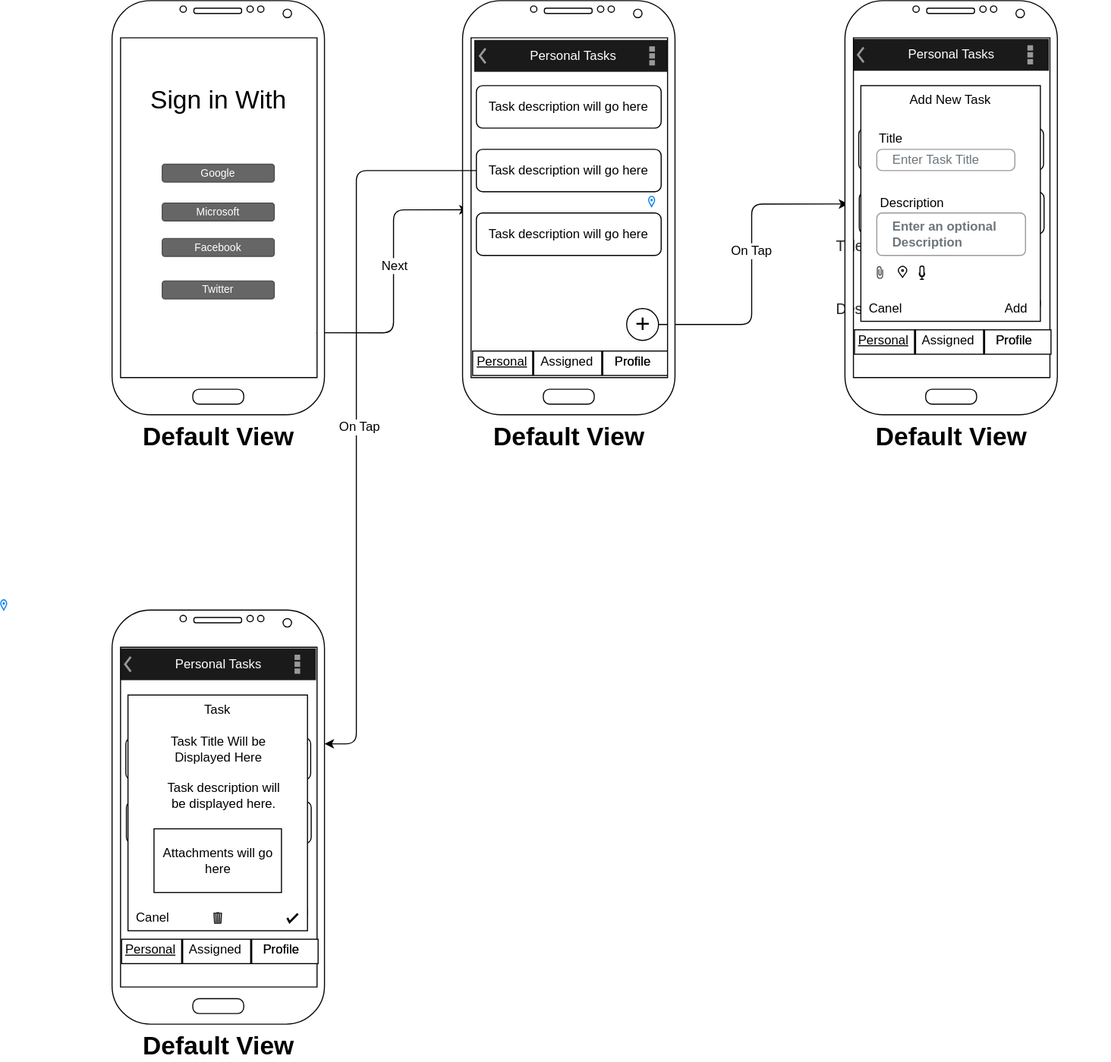
Earlier version of the draw.io export Docs/UI Design.drawio.svg (jquesada2016/COP4655-Final-Project). Source tidied: cells renumbered, new cells last; positions are measured from the earlier drawing's top-left corner, leaving out a move shared by most shapes.
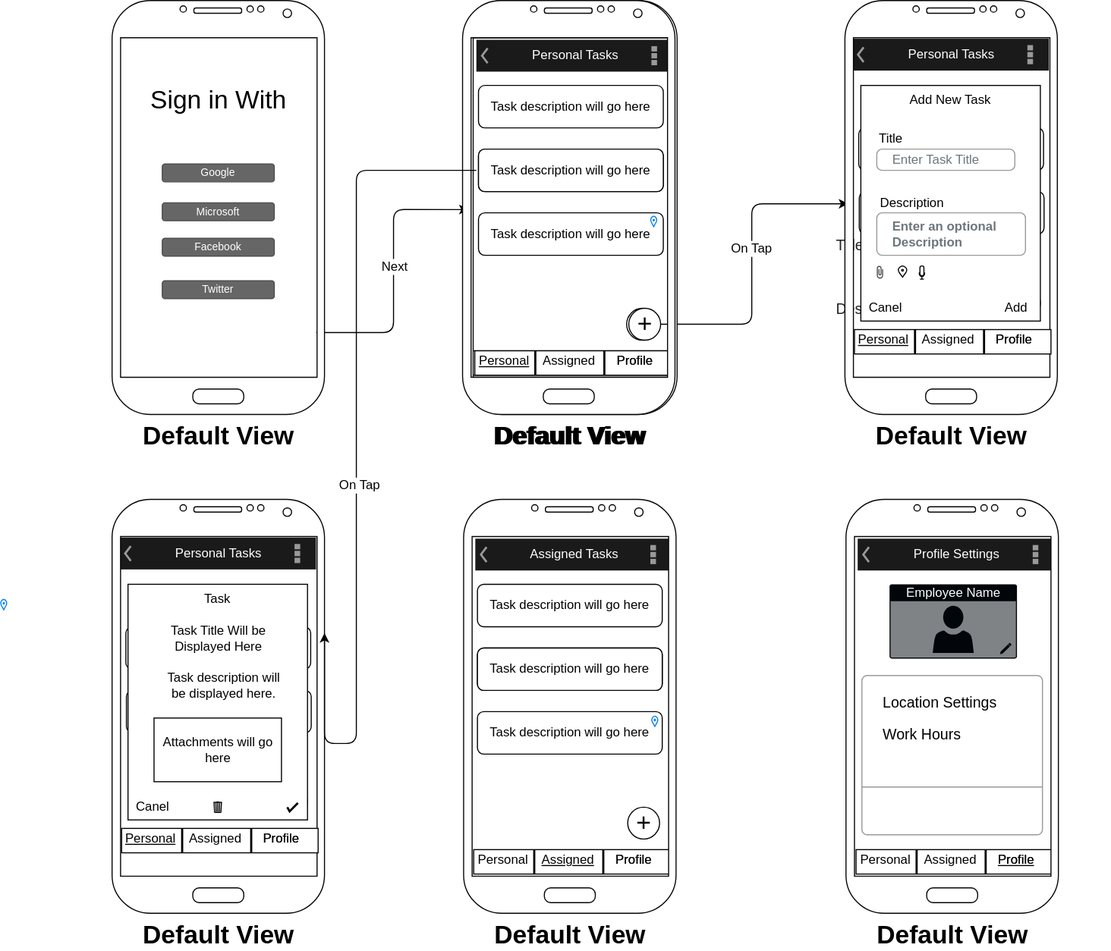
Above is the later version.

Commit message:
completed initial UI design of the app

Change to the diagram source:
```diff
@@ -17,10 +17,10 @@
       <mxGeometry x="0.09" y="1" relative="1" as="geometry" />
     </mxCell>
     <mxCell id="6" style="group;" parent="1" vertex="1">
-      <mxGeometry x="435" width="200" height="390" as="geometry" />
+      <mxGeometry x="435" width="202" height="390" as="geometry" />
     </mxCell>
     <mxCell id="7" style="group;" parent="6" vertex="1">
-      <mxGeometry x="6.5" y="330" width="188" height="23" as="geometry" />
+      <mxGeometry x="6.5" y="330" width="195.5" height="60" as="geometry" />
     </mxCell>
     <mxCell id="8" style="rounded=0;whiteSpace=wrap;html=1;fontSize=24;" parent="7" vertex="1">
       <mxGeometry x="3" width="185" height="23" as="geometry" />
@@ -46,24 +46,60 @@
     <mxCell id="15" value="+" style="ellipse;whiteSpace=wrap;html=1;fontSize=24;align=center;" parent="7" vertex="1">
       <mxGeometry x="148" y="-40" width="30" height="30" as="geometry" />
     </mxCell>
+    <mxCell id="83" style="group;" parent="7" vertex="1">
+      <mxGeometry x="-4.5" y="-330" width="200" height="390" as="geometry" />
+    </mxCell>
+    <mxCell id="84" value="Task description will go here" style="rounded=1;whiteSpace=wrap;html=1;fontSize=12;align=center;" parent="83" vertex="1">
+      <mxGeometry x="13" y="200" width="174" height="40" as="geometry" />
+    </mxCell>
+    <mxCell id="85" style="group;" parent="83" vertex="1">
+      <mxGeometry x="6.5" y="330" width="188" height="23" as="geometry" />
+    </mxCell>
+    <mxCell id="86" style="rounded=0;whiteSpace=wrap;html=1;fontSize=24;" parent="85" vertex="1">
+      <mxGeometry x="3" width="185" height="23" as="geometry" />
+    </mxCell>
+    <mxCell id="87" style="line;strokeWidth=2;direction=south;html=1;fontSize=24;" parent="85" vertex="1">
+      <mxGeometry x="55" width="10" height="23" as="geometry" />
+    </mxCell>
+    <mxCell id="88" style="line;strokeWidth=2;direction=south;html=1;fontSize=24;" parent="85" vertex="1">
+      <mxGeometry x="120" width="10" height="23" as="geometry" />
+    </mxCell>
+    <mxCell id="89" value="&lt;font style=&quot;font-size: 12px&quot;&gt;Personal&lt;/font&gt;" style="text;html=1;align=center;verticalAlign=middle;fontSize=12;fontStyle=4;" parent="85" vertex="1">
+      <mxGeometry width="60" height="20" as="geometry" />
+    </mxCell>
+    <mxCell id="90" value="&lt;font style=&quot;font-size: 12px&quot;&gt;Assigned&lt;/font&gt;" style="text;html=1;align=center;verticalAlign=middle;fontSize=12;" parent="85" vertex="1">
+      <mxGeometry x="61" width="60" height="20" as="geometry" />
+    </mxCell>
+    <mxCell id="91" value="&lt;font style=&quot;font-size: 12px&quot;&gt;Profile&lt;/font&gt;" style="text;html=1;align=center;verticalAlign=middle;fontSize=12;" parent="85" vertex="1">
+      <mxGeometry x="128" width="50" height="20" as="geometry" />
+    </mxCell>
+    <mxCell id="92" value="&lt;font style=&quot;font-size: 12px&quot;&gt;Profile&lt;/font&gt;" style="text;html=1;align=center;verticalAlign=middle;fontSize=12;" parent="85" vertex="1">
+      <mxGeometry x="128" width="50" height="20" as="geometry" />
+    </mxCell>
+    <mxCell id="93" value="+" style="ellipse;whiteSpace=wrap;html=1;fontSize=24;align=center;" parent="85" vertex="1">
+      <mxGeometry x="148" y="-40" width="30" height="30" as="geometry" />
+    </mxCell>
-    <mxCell id="16" value="Personal Tasks" style="strokeWidth=1;html=1;shadow=0;dashed=0;shape=mxgraph.android.action_bar;fillColor=#1A1A1A;strokeColor=#c0c0c0;strokeWidth=2;fontColor=#FFFFFF;" parent="6" vertex="1">
+    <mxCell id="16" value="Personal Tasks" style="strokeWidth=1;html=1;shadow=0;dashed=0;shape=mxgraph.android.action_bar;fillColor=#1A1A1A;strokeColor=#c0c0c0;strokeWidth=2;fontColor=#FFFFFF;" parent="83" vertex="1">
       <mxGeometry x="11" y="37" width="185" height="30" as="geometry" />
     </mxCell>
+    <mxCell id="94" value="Default View" style="verticalLabelPosition=bottom;verticalAlign=top;html=1;shadow=0;dashed=0;strokeWidth=1;shape=mxgraph.android.phone2;fontSize=24;fontStyle=1;labelPosition=center;align=center;gradientColor=#ffffff;strokeColor=#050505;" parent="83" vertex="1">
+      <mxGeometry width="200" height="390" as="geometry" />
+    </mxCell>
+    <mxCell id="95" value="Task description will go here" style="rounded=1;whiteSpace=wrap;html=1;fontSize=12;align=center;" parent="83" vertex="1">
+      <mxGeometry x="13" y="80" width="174" height="40" as="geometry" />
+    </mxCell>
+    <mxCell id="96" value="Task description will go here" style="rounded=1;whiteSpace=wrap;html=1;fontSize=12;align=center;" parent="83" vertex="1">
+      <mxGeometry x="13" y="140" width="174" height="40" as="geometry" />
+    </mxCell>
+    <mxCell id="97" style="html=1;verticalLabelPosition=bottom;align=center;labelBackgroundColor=#ffffff;verticalAlign=top;strokeWidth=1;strokeColor=#0080F0;shadow=0;dashed=0;shape=mxgraph.ios7.icons.location;" parent="83" vertex="1">
+      <mxGeometry x="175" y="203" width="6" height="10" as="geometry" />
+    </mxCell>
+    <mxCell id="98" value="Task description will go here" style="rounded=1;whiteSpace=wrap;html=1;fontSize=12;align=center;" parent="83" vertex="1">
+      <mxGeometry x="13" y="140" width="174" height="40" as="geometry" />
+    </mxCell>
     <mxCell id="17" value="Default View" style="verticalLabelPosition=bottom;verticalAlign=top;html=1;shadow=0;dashed=0;strokeWidth=1;shape=mxgraph.android.phone2;fontSize=24;fontStyle=1;labelPosition=center;align=center;gradientColor=#ffffff;strokeColor=#050505;" parent="6" vertex="1">
       <mxGeometry width="200" height="390" as="geometry" />
     </mxCell>
-    <mxCell id="18" value="Task description will go here" style="rounded=1;whiteSpace=wrap;html=1;fontSize=12;align=center;" parent="6" vertex="1">
-      <mxGeometry x="13" y="80" width="174" height="40" as="geometry" />
-    </mxCell>
-    <mxCell id="19" value="Task description will go here" style="rounded=1;whiteSpace=wrap;html=1;fontSize=12;align=center;" parent="6" vertex="1">
-      <mxGeometry x="13" y="140" width="174" height="40" as="geometry" />
-    </mxCell>
-    <mxCell id="20" style="html=1;verticalLabelPosition=bottom;align=center;labelBackgroundColor=#ffffff;verticalAlign=top;strokeWidth=1;strokeColor=#0080F0;shadow=0;dashed=0;shape=mxgraph.ios7.icons.location;" parent="6" vertex="1">
-      <mxGeometry x="175" y="184" width="6" height="10" as="geometry" />
-    </mxCell>
-    <mxCell id="21" value="Task description will go here" style="rounded=1;whiteSpace=wrap;html=1;fontSize=12;align=center;" parent="6" vertex="1">
-      <mxGeometry x="13" y="200" width="174" height="40" as="geometry" />
-    </mxCell>
     <mxCell id="22" style="html=1;verticalLabelPosition=bottom;align=center;labelBackgroundColor=#ffffff;verticalAlign=top;strokeWidth=1;strokeColor=#0080F0;shadow=0;dashed=0;shape=mxgraph.ios7.icons.location;" parent="1" vertex="1">
       <mxGeometry y="564" width="6" height="10" as="geometry" />
     </mxCell>
@@ -179,7 +215,7 @@
       <mxGeometry x="23" y="181" width="80" height="20" as="geometry" />
     </mxCell>
     <mxCell id="58" style="group;" parent="1" vertex="1">
-      <mxGeometry x="105" y="574" width="250" height="390" as="geometry" />
+      <mxGeometry x="105" y="470" width="250" height="390" as="geometry" />
     </mxCell>
     <mxCell id="59" value="Personal Tasks" style="strokeWidth=1;html=1;shadow=0;dashed=0;shape=mxgraph.android.action_bar;fillColor=#1A1A1A;strokeColor=#c0c0c0;strokeWidth=2;fontColor=#FFFFFF;" parent="58" vertex="1">
       <mxGeometry x="7" y="36" width="185" height="30" as="geometry" />
@@ -247,8 +283,9 @@
     <mxCell id="80" value="Attachments will go here" style="whiteSpace=wrap;html=1;strokeColor=#000000;strokeWidth=1;gradientColor=#ffffff;fontSize=12;align=center;" parent="58" vertex="1">
       <mxGeometry x="39.5" y="206" width="120" height="60" as="geometry" />
     </mxCell>
-    <mxCell id="81" style="edgeStyle=orthogonalEdgeStyle;rounded=1;jettySize=auto;html=1;fontSize=12;entryX=1;entryY=0.323;entryDx=0;entryDy=0;entryPerimeter=0;" parent="1" edge="1" source="19" target="60">
+    <mxCell id="81" style="edgeStyle=orthogonalEdgeStyle;rounded=1;jettySize=auto;html=1;fontSize=12;entryX=1;entryY=0.323;entryDx=0;entryDy=0;entryPerimeter=0;" parent="1" edge="1" target="60">
       <mxGeometry relative="1" as="geometry">
+        <mxPoint x="448" y="160" as="sourcePoint" />
         <Array as="points">
           <mxPoint x="335" y="160" />
           <mxPoint x="335" y="700" />
@@ -258,5 +295,113 @@
     <mxCell id="82" value="On Tap" style="edgeLabel;html=1;align=center;verticalAlign=middle;fontSize=12;" parent="81" vertex="1">
       <mxGeometry x="0.04" y="2" relative="1" as="geometry" />
     </mxCell>
+    <mxCell id="99" style="group;" parent="1" vertex="1">
+      <mxGeometry x="436" y="470" width="200" height="390" as="geometry" />
+    </mxCell>
+    <mxCell id="100" style="group;" parent="99" vertex="1">
+      <mxGeometry x="6.5" y="330" width="188" height="23" as="geometry" />
+    </mxCell>
+    <mxCell id="101" style="rounded=0;whiteSpace=wrap;html=1;fontSize=24;" parent="100" vertex="1">
+      <mxGeometry x="3" width="185" height="23" as="geometry" />
+    </mxCell>
+    <mxCell id="102" style="line;strokeWidth=2;direction=south;html=1;fontSize=24;" parent="100" vertex="1">
+      <mxGeometry x="55" width="10" height="23" as="geometry" />
+    </mxCell>
+    <mxCell id="103" style="line;strokeWidth=2;direction=south;html=1;fontSize=24;" parent="100" vertex="1">
+      <mxGeometry x="120" width="10" height="23" as="geometry" />
+    </mxCell>
+    <mxCell id="104" value="&lt;font style=&quot;font-size: 12px&quot;&gt;Personal&lt;/font&gt;" style="text;html=1;align=center;verticalAlign=middle;fontSize=12;fontStyle=0;" parent="100" vertex="1">
+      <mxGeometry x="2" y="1" width="57" height="18" as="geometry" />
+    </mxCell>
+    <mxCell id="105" value="&lt;font style=&quot;font-size: 12px&quot;&gt;Assigned&lt;/font&gt;" style="text;html=1;align=center;verticalAlign=middle;fontSize=12;fontStyle=4;" parent="100" vertex="1">
+      <mxGeometry x="62" y="1" width="59" height="18" as="geometry" />
+    </mxCell>
+    <mxCell id="106" value="&lt;font style=&quot;font-size: 12px&quot;&gt;Profile&lt;/font&gt;" style="text;html=1;align=center;verticalAlign=middle;fontSize=12;" parent="100" vertex="1">
+      <mxGeometry x="128" width="50" height="20" as="geometry" />
+    </mxCell>
+    <mxCell id="107" value="&lt;font style=&quot;font-size: 12px&quot;&gt;Profile&lt;/font&gt;" style="text;html=1;align=center;verticalAlign=middle;fontSize=12;" parent="100" vertex="1">
+      <mxGeometry x="128" width="50" height="20" as="geometry" />
+    </mxCell>
+    <mxCell id="108" value="+" style="ellipse;whiteSpace=wrap;html=1;fontSize=24;align=center;" parent="100" vertex="1">
+      <mxGeometry x="148" y="-40" width="30" height="30" as="geometry" />
+    </mxCell>
+    <mxCell id="109" value="Assigned Tasks" style="strokeWidth=1;html=1;shadow=0;dashed=0;shape=mxgraph.android.action_bar;fillColor=#1A1A1A;strokeColor=#c0c0c0;strokeWidth=2;fontColor=#FFFFFF;" parent="99" vertex="1">
+      <mxGeometry x="11" y="37" width="185" height="30" as="geometry" />
+    </mxCell>
+    <mxCell id="110" value="Default View" style="verticalLabelPosition=bottom;verticalAlign=top;html=1;shadow=0;dashed=0;strokeWidth=1;shape=mxgraph.android.phone2;fontSize=24;fontStyle=1;labelPosition=center;align=center;gradientColor=#ffffff;strokeColor=#050505;" parent="99" vertex="1">
+      <mxGeometry width="200" height="390" as="geometry" />
+    </mxCell>
+    <mxCell id="111" value="Task description will go here" style="rounded=1;whiteSpace=wrap;html=1;fontSize=12;align=center;" parent="99" vertex="1">
+      <mxGeometry x="13" y="80" width="174" height="40" as="geometry" />
+    </mxCell>
+    <mxCell id="112" value="Task description will go here" style="rounded=1;whiteSpace=wrap;html=1;fontSize=12;align=center;" parent="99" vertex="1">
+      <mxGeometry x="13" y="140" width="174" height="40" as="geometry" />
+    </mxCell>
+    <mxCell id="113" value="Task description will go here" style="rounded=1;whiteSpace=wrap;html=1;fontSize=12;align=center;" parent="99" vertex="1">
+      <mxGeometry x="13" y="200" width="174" height="40" as="geometry" />
+    </mxCell>
+    <mxCell id="114" value="Task description will go here" style="rounded=1;whiteSpace=wrap;html=1;fontSize=12;align=center;" parent="99" vertex="1">
+      <mxGeometry x="13" y="140" width="174" height="40" as="geometry" />
+    </mxCell>
+    <mxCell id="115" style="html=1;verticalLabelPosition=bottom;align=center;labelBackgroundColor=#ffffff;verticalAlign=top;strokeWidth=1;strokeColor=#0080F0;shadow=0;dashed=0;shape=mxgraph.ios7.icons.location;" parent="99" vertex="1">
+      <mxGeometry x="177" y="204" width="6" height="10" as="geometry" />
+    </mxCell>
+    <mxCell id="116" style="group;" parent="1" vertex="1">
+      <mxGeometry x="796" y="470" width="200" height="390" as="geometry" />
+    </mxCell>
+    <mxCell id="117" style="group;" parent="116" vertex="1">
+      <mxGeometry x="6.5" y="330" width="188" height="23" as="geometry" />
+    </mxCell>
+    <mxCell id="118" style="rounded=0;whiteSpace=wrap;html=1;fontSize=24;" parent="117" vertex="1">
+      <mxGeometry x="3" width="185" height="23" as="geometry" />
+    </mxCell>
+    <mxCell id="119" style="line;strokeWidth=2;direction=south;html=1;fontSize=24;" parent="117" vertex="1">
+      <mxGeometry x="55" width="10" height="23" as="geometry" />
+    </mxCell>
+    <mxCell id="120" style="line;strokeWidth=2;direction=south;html=1;fontSize=24;" parent="117" vertex="1">
+      <mxGeometry x="120" width="10" height="23" as="geometry" />
+    </mxCell>
+    <mxCell id="121" value="&lt;font style=&quot;font-size: 12px&quot;&gt;Personal&lt;/font&gt;" style="text;html=1;align=center;verticalAlign=middle;fontSize=12;fontStyle=0;" parent="117" vertex="1">
+      <mxGeometry x="2" y="1" width="57" height="18" as="geometry" />
+    </mxCell>
+    <mxCell id="122" value="&lt;font style=&quot;font-size: 12px&quot;&gt;Assigned&lt;/font&gt;" style="text;html=1;align=center;verticalAlign=middle;fontSize=12;fontStyle=0;" parent="117" vertex="1">
+      <mxGeometry x="62" y="1" width="59" height="18" as="geometry" />
+    </mxCell>
+    <mxCell id="123" value="&lt;font style=&quot;font-size: 12px&quot;&gt;Profile&lt;/font&gt;" style="text;html=1;align=center;verticalAlign=middle;fontSize=12;" parent="117" vertex="1">
+      <mxGeometry x="128" width="50" height="20" as="geometry" />
+    </mxCell>
+    <mxCell id="124" value="&lt;font style=&quot;font-size: 12px&quot;&gt;Profile&lt;/font&gt;" style="text;html=1;align=center;verticalAlign=middle;fontSize=12;fontStyle=4;" parent="117" vertex="1">
+      <mxGeometry x="131" y="1" width="44" height="18" as="geometry" />
+    </mxCell>
+    <mxCell id="125" value="Profile Settings" style="strokeWidth=1;html=1;shadow=0;dashed=0;shape=mxgraph.android.action_bar;fillColor=#1A1A1A;strokeColor=#c0c0c0;strokeWidth=2;fontColor=#FFFFFF;" parent="116" vertex="1">
+      <mxGeometry x="11" y="37" width="185" height="30" as="geometry" />
+    </mxCell>
+    <mxCell id="126" value="Default View" style="verticalLabelPosition=bottom;verticalAlign=top;html=1;shadow=0;dashed=0;strokeWidth=1;shape=mxgraph.android.phone2;fontSize=24;fontStyle=1;labelPosition=center;align=center;gradientColor=#ffffff;strokeColor=#050505;" parent="116" vertex="1">
+      <mxGeometry width="200" height="390" as="geometry" />
+    </mxCell>
+    <mxCell id="127" value="Employee Name" style="html=1;strokeColor=none;labelPosition=center;verticalLabelPosition=middle;verticalAlign=top;align=center;fontSize=12;spacingTop=-6;fontColor=#FFFFFF;shape=mxgraph.sitemap.profile;fillColor=#00060A;" parent="126" vertex="1">
+      <mxGeometry x="41" y="80" width="120" height="70" as="geometry" />
+    </mxCell>
+    <mxCell id="128" style="dashed=0;verticalLabelPosition=bottom;verticalAlign=top;align=center;shape=mxgraph.gmdl.edit;strokeColor=none;shadow=0;fillColor=#000000;" parent="126" vertex="1">
+      <mxGeometry x="145" y="135" width="11" height="11" as="geometry" />
+    </mxCell>
+    <mxCell id="129" style="html=1;shadow=0;dashed=0;shape=mxgraph.bootstrap.rrect;rSize=5;fillColor=#ffffff;strokeColor=#999999;" parent="116" vertex="1">
+      <mxGeometry x="15" y="166" width="170" height="150" as="geometry" />
+    </mxCell>
+    <mxCell id="130" value="Location Settings" style="fillColor=none;strokeColor=none;align=left;spacing=20;fontSize=14;" parent="129" vertex="1">
+      <mxGeometry width="170" height="30" relative="1" as="geometry">
+        <mxPoint y="10" as="offset" />
+      </mxGeometry>
+    </mxCell>
+    <mxCell id="131" value="Work Hours" style="fillColor=none;strokeColor=none;align=left;spacing=20;fontSize=14;" parent="129" vertex="1">
+      <mxGeometry width="170" height="30" relative="1" as="geometry">
+        <mxPoint y="40" as="offset" />
+      </mxGeometry>
+    </mxCell>
+    <mxCell id="132" style="shape=line;strokeColor=#999999;perimeter=none;" parent="129" vertex="1">
+      <mxGeometry width="170" height="10" relative="1" as="geometry">
+        <mxPoint y="100" as="offset" />
+      </mxGeometry>
+    </mxCell>
   </root>
 </mxGraphModel>
```
